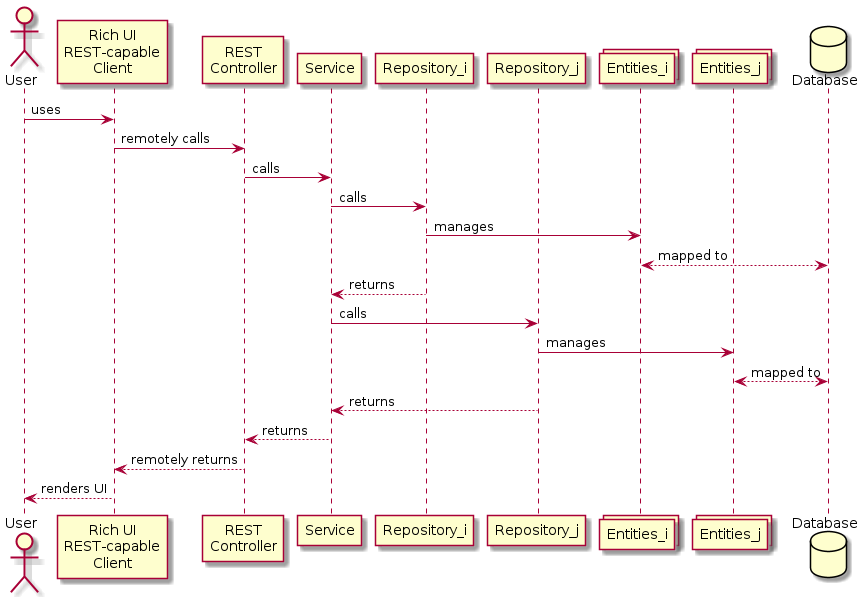
The PlantUML diagram final/design/sequence-diagrams/ServiceDrivenSequenceDiagram.png in oiraqi/xcommerce-monolithic, before a commit.
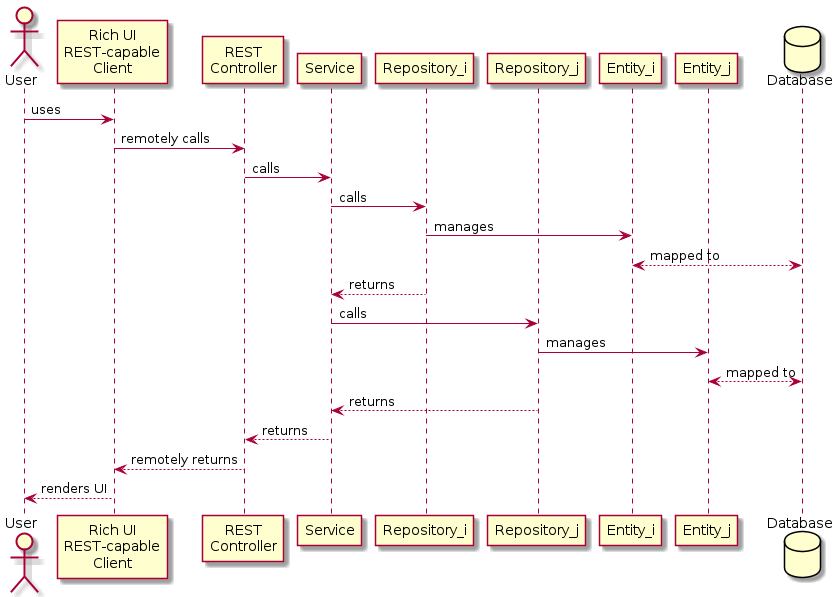
The same file after the commit.

The edit, as a diff of the source:
```diff
@@ -5,8 +5,8 @@
 participant Service as Service
 participant Repository_i as Rep_i
 participant Repository_j as Rep_j
-collections Entities_i as Ent_i
-collections Entities_j as Ent_j
+participant Entity_i as Ent_i
+participant Entity_j as Ent_j
 database Database as DB
 User -> Client : uses
 Client -> Controller : remotely calls
```
